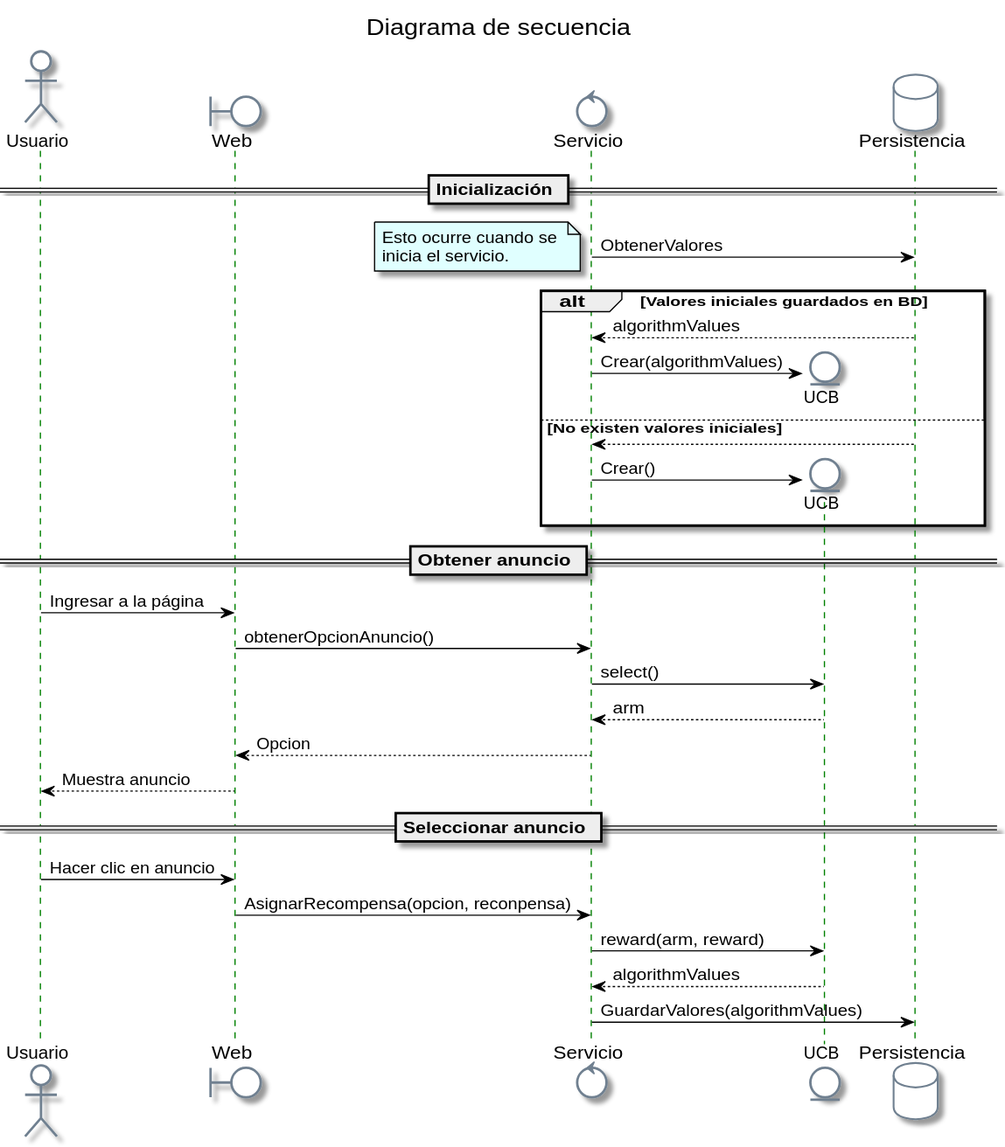
The PlantUML diagram imgs/secuencia.svg in cccg8105/UCB-service, before a commit.
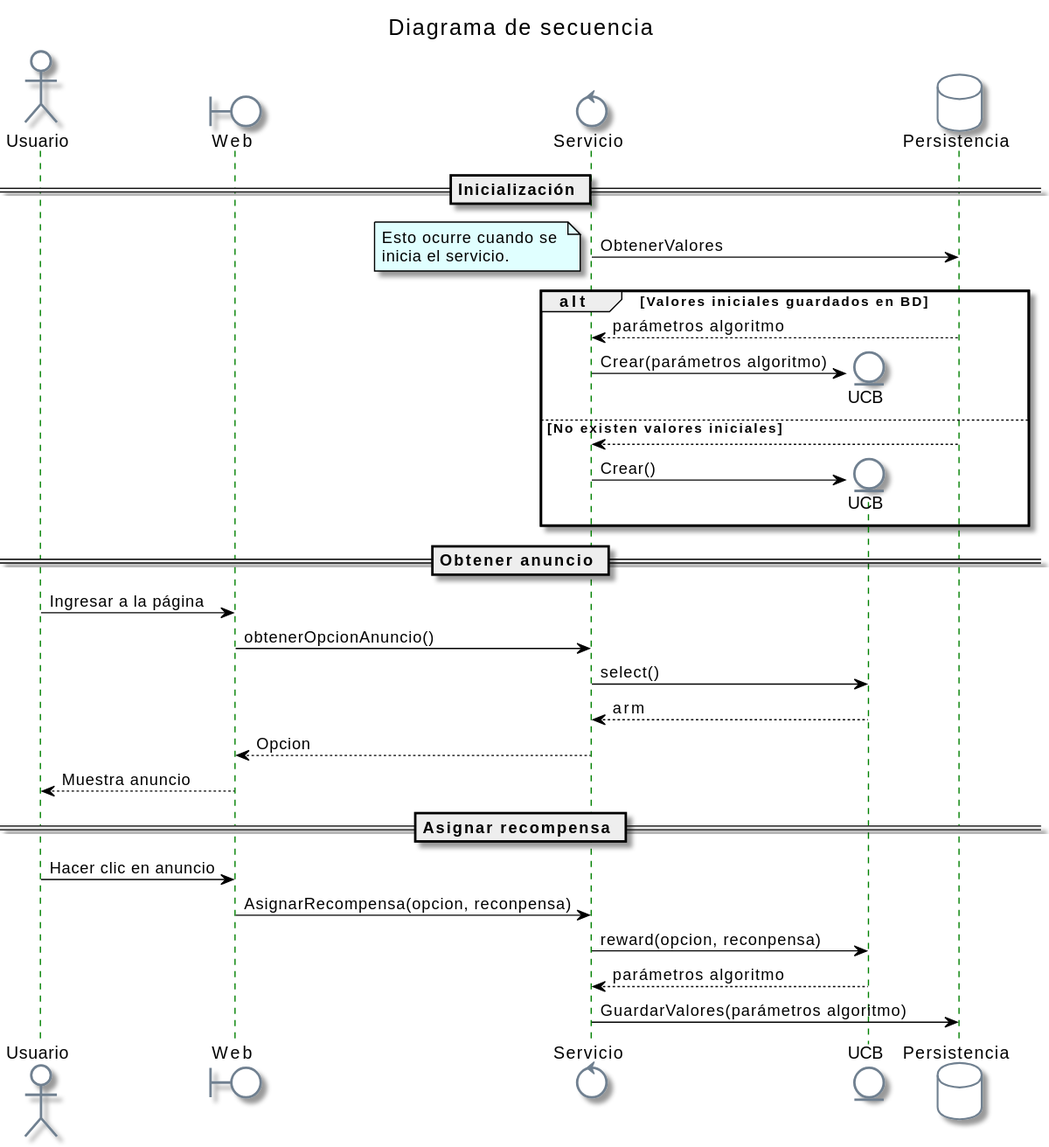
The same file after the commit.

The edit, as a diff of the source:
```diff
@@ -15,9 +15,9 @@
 end note
 
 alt Valores iniciales guardados en BD
-Persistencia --> Servicio : algorithmValues
+Persistencia --> Servicio : parámetros algoritmo
 create UCB
-Servicio -> UCB: Crear(algorithmValues)
+Servicio -> UCB: Crear(parámetros algoritmo)
 else No existen valores iniciales
 Persistencia --> Servicio
 create UCB
@@ -33,10 +33,10 @@
 Servicio --> Web : Opcion
 Web --> Usuario : Muestra anuncio
 
-== Seleccionar anuncio ==
+== Asignar recompensa ==
 Usuario -> Web : Hacer clic en anuncio
 Web -> Servicio : AsignarRecompensa(opcion, reconpensa)
-Servicio -> UCB : reward(arm, reward)
-UCB --> Servicio : algorithmValues
-Servicio -> Persistencia : GuardarValores(algorithmValues)
+Servicio -> UCB : reward(opcion, reconpensa)
+UCB --> Servicio : parámetros algoritmo
+Servicio -> Persistencia : GuardarValores(parámetros algoritmo)
 @enduml
```
